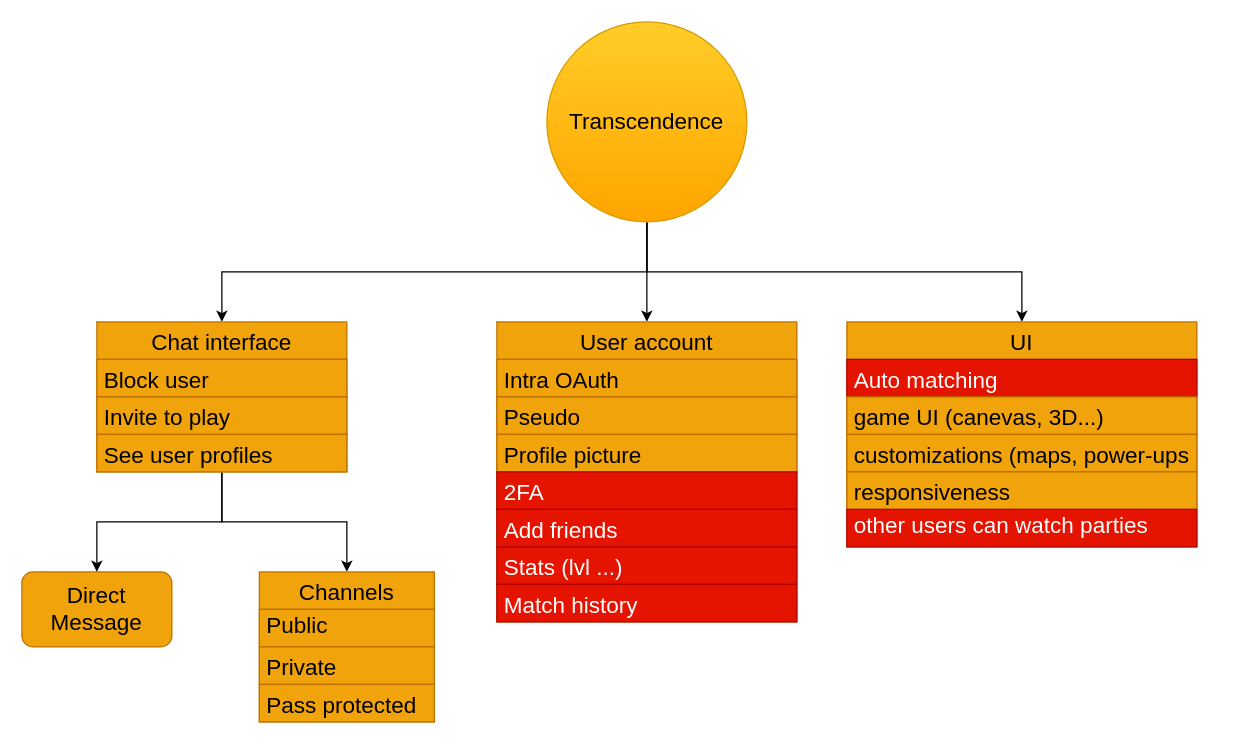
The draw.io diagram docs/todo.drawio in frdescam/transcendence, before the edit. Source tidied: cells renumbered, new cells numbered last; positions are measured from the earlier drawing's top-left corner, leaving out a move shared by most shapes. Both pictures are drawn from the tidied source at 125%, with x=0, y=0 at pixel (21, 21).
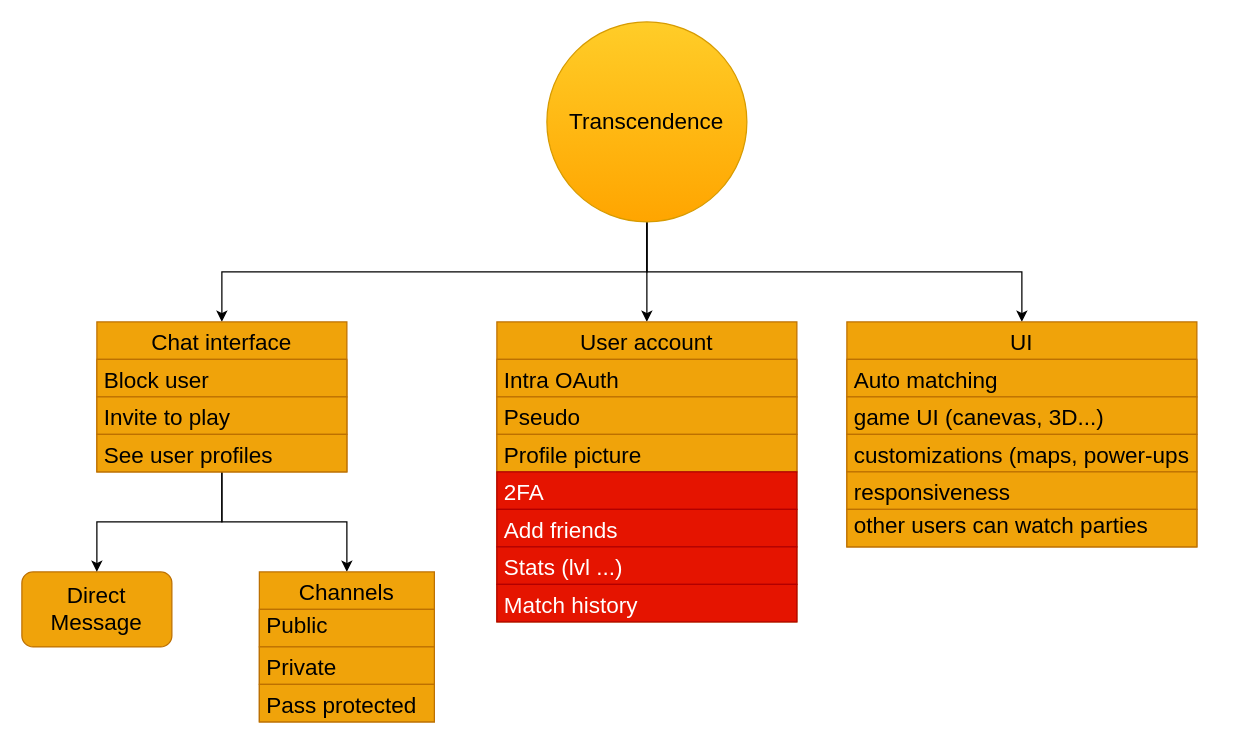
The same diagram, later.

Commit message:
update todo graph

The change refers to these unchanged cells:
```xml
<mxCell id="25" value="UI" style="swimlane;fontStyle=0;horizontal=1;startSize=30;fontSize=18;fillColor=#f0a30a;fontColor=#000000;strokeColor=#BD7000;" parent="1" vertex="1">
  <mxGeometry x="660" y="240" width="280" height="180" as="geometry" />
</mxCell>
```

What changed in the source:
```diff
@@
-    <mxCell id="26" value="Auto matching" style="text;strokeColor=#B20000;fillColor=#e51400;align=left;verticalAlign=middle;spacingLeft=4;spacingRight=4;overflow=hidden;fontSize=18;fontColor=#ffffff;" parent="25" vertex="1">
+    <mxCell id="26" value="Auto matching" style="text;strokeColor=#BD7000;fillColor=#f0a30a;align=left;verticalAlign=middle;spacingLeft=4;spacingRight=4;overflow=hidden;fontSize=18;fontColor=#000000;" parent="25" vertex="1">
       <mxGeometry y="30" width="280" height="30" as="geometry" />
     </mxCell>
@@
-    <mxCell id="30" value="other users can watch parties&#10;" style="text;strokeColor=#B20000;fillColor=#e51400;align=left;verticalAlign=middle;spacingLeft=4;spacingRight=4;overflow=hidden;fontSize=18;fontColor=#ffffff;" parent="25" vertex="1">
+    <mxCell id="30" value="other users can watch parties&#10;" style="text;strokeColor=#BD7000;fillColor=#f0a30a;align=left;verticalAlign=middle;spacingLeft=4;spacingRight=4;overflow=hidden;fontSize=18;fontColor=#000000;" parent="25" vertex="1">
       <mxGeometry y="150" width="280" height="30" as="geometry" />
     </mxCell>
```
